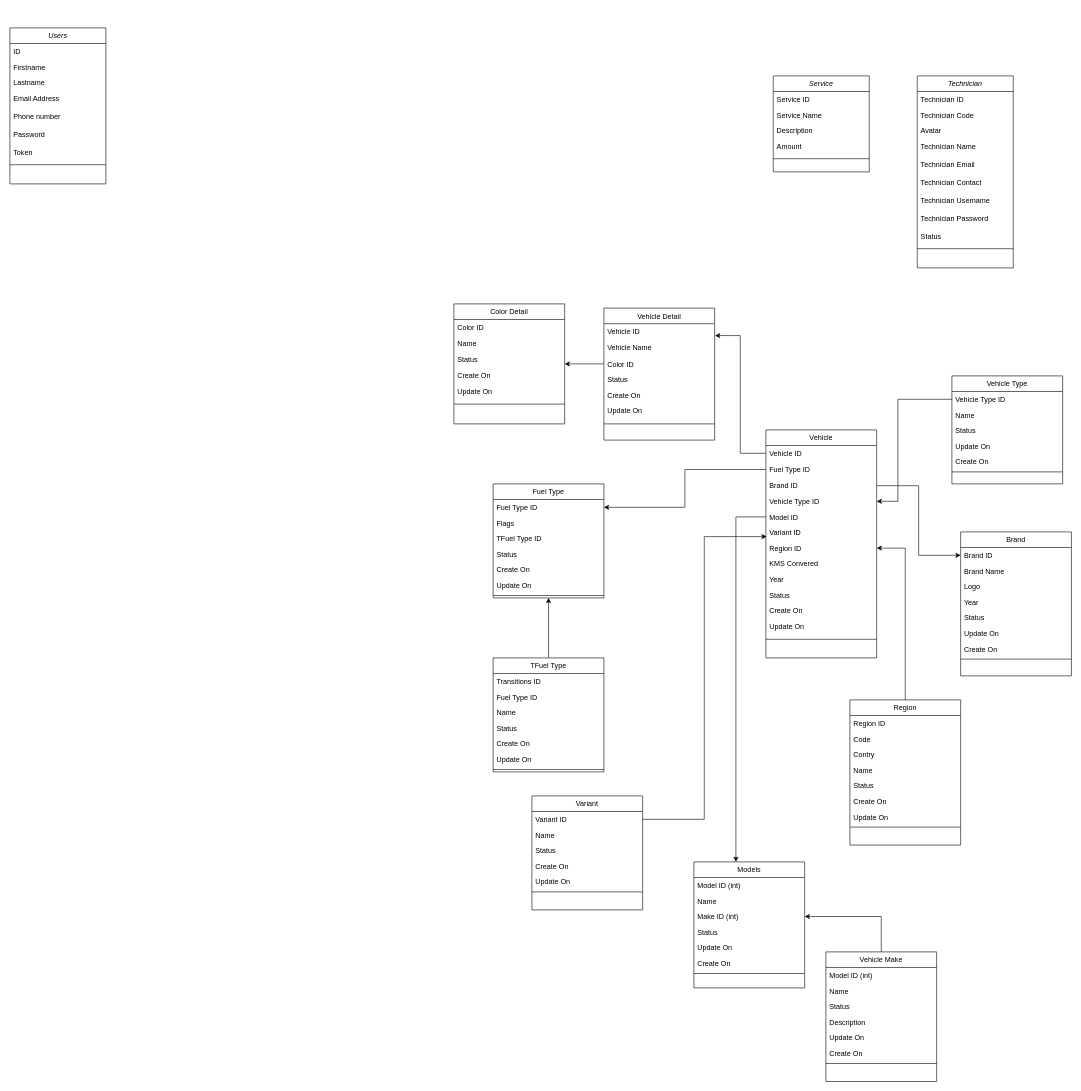
The draw.io diagram Garage Diagram.drawio in panhaoeun/amp.dev, before the edit. Source tidied: cells renumbered, new cells numbered last; positions are measured from the earlier drawing's top-left corner, leaving out a move shared by most shapes. Both pictures are drawn from the tidied source at 60%, with x=0, y=0 at pixel (10, 28).
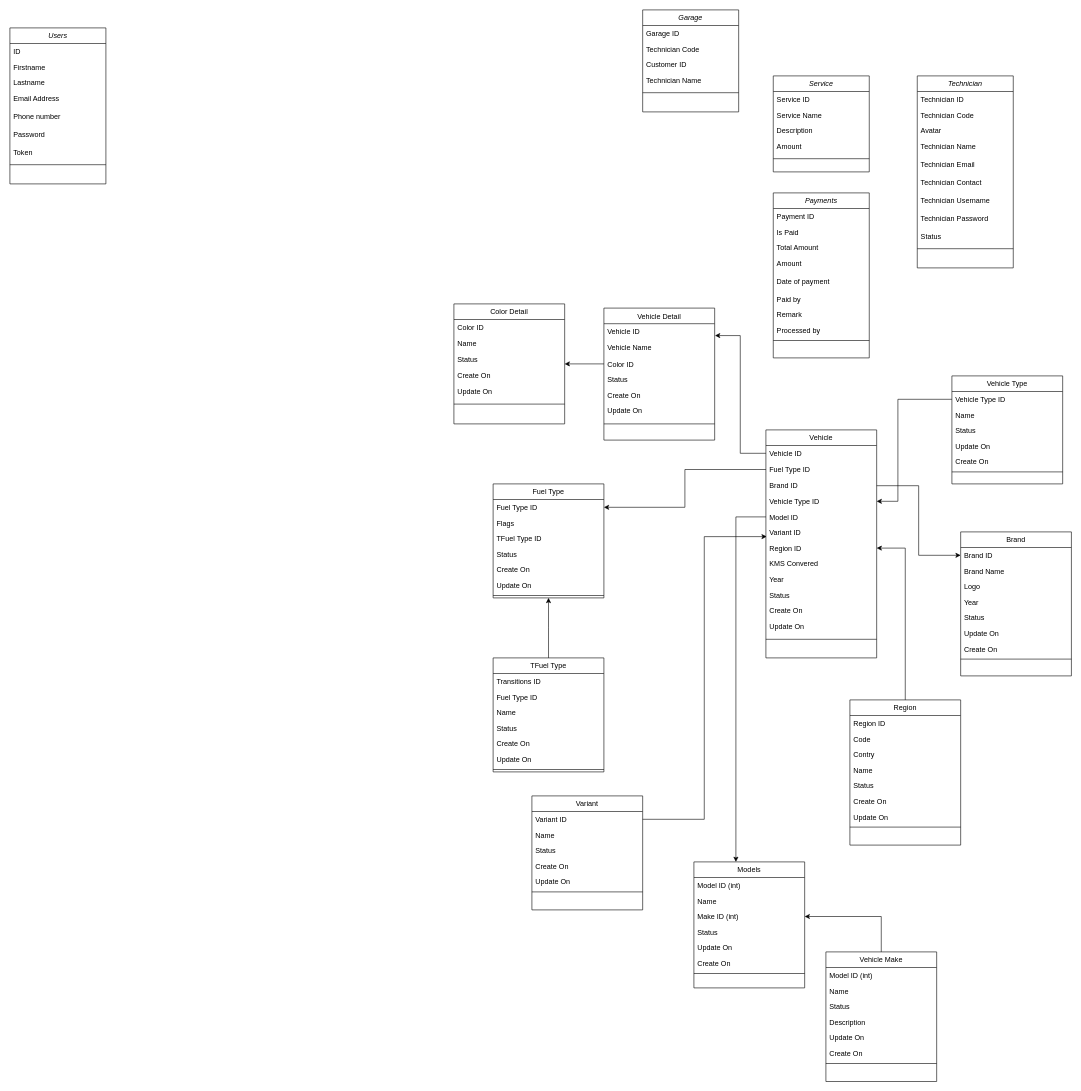
The same page after the edit.

What changed in the source:
```diff
@@
+    <mxCell id="131" value="Payments" style="swimlane;fontStyle=2;align=center;verticalAlign=top;horizontal=1;startSize=26;rounded=0;shadow=0;strokeWidth=1;" parent="1" vertex="1">
+      <mxGeometry x="1272.3" y="275" width="160" height="275" as="geometry" />
+    </mxCell>
+    <mxCell id="132" value="Payment ID" style="text;align=left;verticalAlign=top;spacingLeft=4;spacingRight=4;overflow=hidden;" parent="131" vertex="1">
+      <mxGeometry y="26" width="160" height="26" as="geometry" />
+    </mxCell>
+    <mxCell id="133" value="Is Paid" style="text;align=left;verticalAlign=top;spacingLeft=4;spacingRight=4;overflow=hidden;rounded=0;shadow=0;html=0;" parent="131" vertex="1">
+      <mxGeometry y="52" width="160" height="26" as="geometry" />
+    </mxCell>
+    <mxCell id="134" value="Total Amount" style="text;align=left;verticalAlign=top;spacingLeft=4;spacingRight=4;overflow=hidden;rounded=0;shadow=0;html=0;" parent="131" vertex="1">
+      <mxGeometry y="78" width="160" height="26" as="geometry" />
+    </mxCell>
+    <mxCell id="135" value="Amount" style="text;align=left;verticalAlign=top;spacingLeft=4;spacingRight=4;overflow=hidden;rounded=0;shadow=0;html=0;" parent="131" vertex="1">
+      <mxGeometry y="104" width="160" height="30" as="geometry" />
+    </mxCell>
+    <mxCell id="136" value="Date of payment" style="text;align=left;verticalAlign=top;spacingLeft=4;spacingRight=4;overflow=hidden;rounded=0;shadow=0;html=0;" parent="131" vertex="1">
+      <mxGeometry y="134" width="160" height="30" as="geometry" />
+    </mxCell>
+    <mxCell id="137" value="Paid by" style="text;align=left;verticalAlign=top;spacingLeft=4;spacingRight=4;overflow=hidden;rounded=0;shadow=0;html=0;" parent="131" vertex="1">
+      <mxGeometry y="164" width="160" height="26" as="geometry" />
+    </mxCell>
+    <mxCell id="138" value="Remark" style="text;align=left;verticalAlign=top;spacingLeft=4;spacingRight=4;overflow=hidden;rounded=0;shadow=0;html=0;" parent="131" vertex="1">
+      <mxGeometry y="190" width="160" height="26" as="geometry" />
+    </mxCell>
+    <mxCell id="139" value="Processed by" style="text;align=left;verticalAlign=top;spacingLeft=4;spacingRight=4;overflow=hidden;rounded=0;shadow=0;html=0;" parent="131" vertex="1">
+      <mxGeometry y="216" width="160" height="26" as="geometry" />
+    </mxCell>
+    <mxCell id="140" style="line;html=1;strokeWidth=1;align=left;verticalAlign=middle;spacingTop=-1;spacingLeft=3;spacingRight=3;labelPosition=right;" parent="131" vertex="1">
+      <mxGeometry y="242" width="160" height="8" as="geometry" />
+    </mxCell>
+    <mxCell id="141" value="Garage" style="swimlane;fontStyle=2;align=center;verticalAlign=top;horizontal=1;startSize=26;rounded=0;shadow=0;strokeWidth=1;" parent="1" vertex="1">
+      <mxGeometry x="1054.6" y="-30" width="160" height="170" as="geometry" />
+    </mxCell>
+    <mxCell id="142" value="Garage ID" style="text;align=left;verticalAlign=top;spacingLeft=4;spacingRight=4;overflow=hidden;" parent="141" vertex="1">
+      <mxGeometry y="26" width="160" height="26" as="geometry" />
+    </mxCell>
+    <mxCell id="143" value="Technician Code" style="text;align=left;verticalAlign=top;spacingLeft=4;spacingRight=4;overflow=hidden;rounded=0;shadow=0;html=0;" parent="141" vertex="1">
+      <mxGeometry y="52" width="160" height="26" as="geometry" />
+    </mxCell>
+    <mxCell id="144" value="Customer ID" style="text;align=left;verticalAlign=top;spacingLeft=4;spacingRight=4;overflow=hidden;rounded=0;shadow=0;html=0;" parent="141" vertex="1">
+      <mxGeometry y="78" width="160" height="26" as="geometry" />
+    </mxCell>
+    <mxCell id="145" value="Technician Name" style="text;align=left;verticalAlign=top;spacingLeft=4;spacingRight=4;overflow=hidden;rounded=0;shadow=0;html=0;" parent="141" vertex="1">
+      <mxGeometry y="104" width="160" height="30" as="geometry" />
+    </mxCell>
+    <mxCell id="146" style="line;html=1;strokeWidth=1;align=left;verticalAlign=middle;spacingTop=-1;spacingLeft=3;spacingRight=3;labelPosition=right;" parent="141" vertex="1">
+      <mxGeometry y="134" width="160" height="8" as="geometry" />
+    </mxCell>
```
